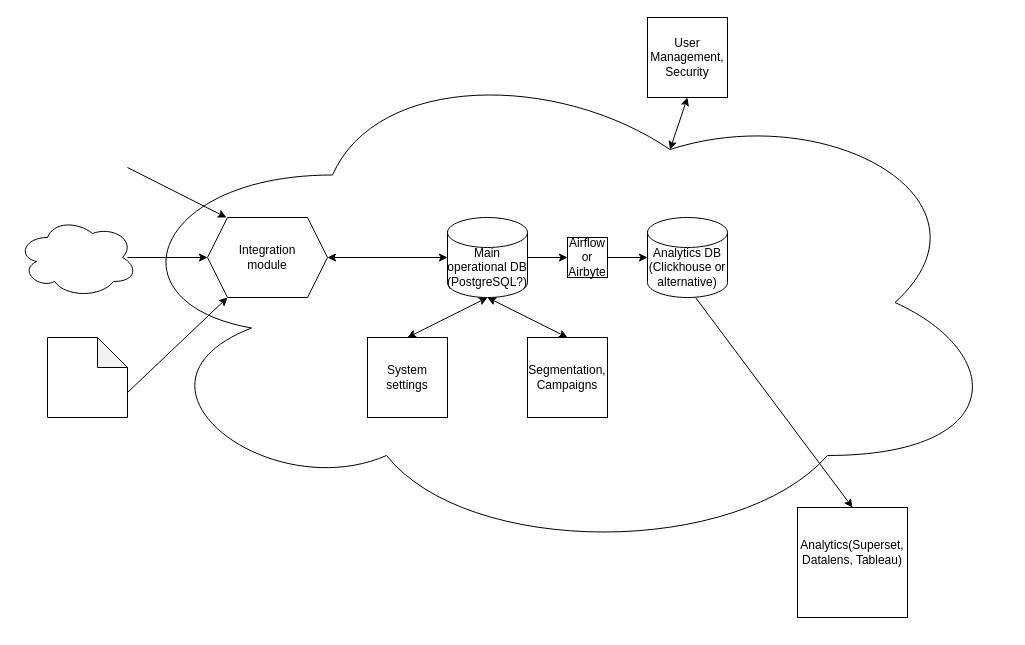
This is Диаграмма без названия.drawio from olbask/cdp_prod_idea, a draw.io file, before an edit. Source tidied: cells renumbered, new cells numbered last; positions are measured from the earlier drawing's top-left corner, leaving out a move shared by most shapes. Both pictures are drawn from the tidied source at 100%, with x=0, y=0 at pixel (17, 17).
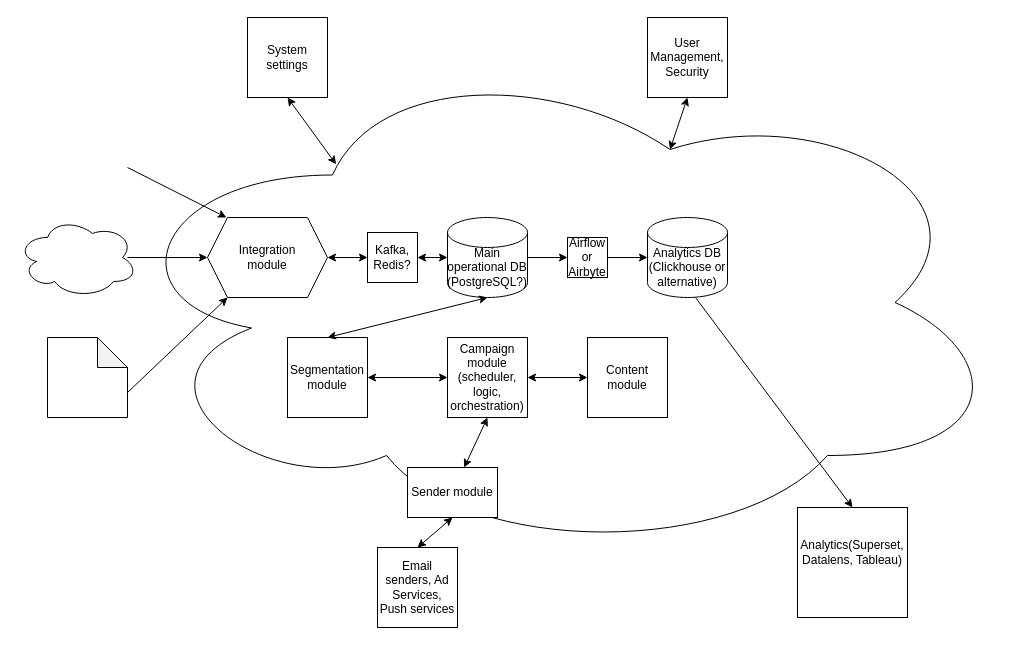
After the change.

The change refers to these unchanged cells:
```xml
<mxCell id="2" style="ellipse;shape=cloud;whiteSpace=wrap;html=1;" parent="1" vertex="1">
  <mxGeometry x="90" y="30" width="900" height="510" as="geometry" />
</mxCell>
<mxCell id="3" style="shape=cylinder3;whiteSpace=wrap;html=1;boundedLbl=1;backgroundOutline=1;size=15;" parent="1" vertex="1">
  <mxGeometry x="430" y="200" width="80" height="80" as="geometry" />
</mxCell>
<mxCell id="5" style="shape=hexagon;perimeter=hexagonPerimeter2;whiteSpace=wrap;html=1;fixedSize=1;" parent="1" vertex="1">
  <mxGeometry x="190" y="200" width="120" height="80" as="geometry" />
</mxCell>
```

What changed in the source:
```diff
@@
-    <mxCell id="7" style="endArrow=classic;startArrow=classic;html=1;rounded=0;exitX=1;exitY=0.5;exitDx=0;exitDy=0;entryX=0;entryY=0.5;entryDx=0;entryDy=0;entryPerimeter=0;" parent="1" edge="1" source="5" target="3">
+    <mxCell id="7" style="endArrow=classic;startArrow=classic;html=1;rounded=0;exitX=1;exitY=0.5;exitDx=0;exitDy=0;entryX=0;entryY=0.5;entryDx=0;entryDy=0;entryPerimeter=0;" parent="1" edge="1" source="38" target="3">
       <mxGeometry relative="1" as="geometry" />
     </mxCell>
@@
-    <mxCell id="10" style="whiteSpace=wrap;html=1;" parent="1" vertex="1">
-      <mxGeometry x="510" y="320" width="80" height="80" as="geometry" />
+    <mxCell id="10" value="Segmentation module" style="whiteSpace=wrap;html=1;" parent="1" vertex="1">
+      <mxGeometry x="270" y="320" width="80" height="80" as="geometry" />
     </mxCell>
@@
-    <mxCell id="19" value="Segmentation, Campaigns" style="text;html=1;strokeColor=none;fillColor=none;align=center;verticalAlign=middle;whiteSpace=wrap;rounded=0;" parent="1" vertex="1">
-      <mxGeometry x="510" y="345" width="80" height="30" as="geometry" />
-    </mxCell>
-    <mxCell id="20" style="endArrow=classic;startArrow=classic;html=1;rounded=0;" parent="1" edge="1">
-      <mxGeometry relative="1" as="geometry">
-        <mxPoint x="390" y="320" as="sourcePoint" />
-        <mxPoint x="470" y="280" as="targetPoint" />
-      </mxGeometry>
-    </mxCell>
     <mxCell id="21" style="whiteSpace=wrap;html=1;" parent="1" vertex="1">
-      <mxGeometry x="350" y="320" width="80" height="80" as="geometry" />
+      <mxGeometry x="230" width="80" height="80" as="geometry" />
     </mxCell>
     <mxCell id="22" value="System settings " style="text;html=1;strokeColor=none;fillColor=none;align=center;verticalAlign=middle;whiteSpace=wrap;rounded=0;" parent="1" vertex="1">
-      <mxGeometry x="350" y="345" width="80" height="30" as="geometry" />
+      <mxGeometry x="230" y="25" width="80" height="30" as="geometry" />
     </mxCell>
@@
+    <mxCell id="30" value="Content module" style="whiteSpace=wrap;html=1;" parent="1" vertex="1">
+      <mxGeometry x="570" y="320" width="80" height="80" as="geometry" />
+    </mxCell>
+    <mxCell id="31" value="Campaign module (scheduler, logic, orchestration)" style="whiteSpace=wrap;html=1;" parent="1" vertex="1">
+      <mxGeometry x="430" y="320" width="80" height="80" as="geometry" />
+    </mxCell>
+    <mxCell id="32" style="endArrow=classic;startArrow=classic;html=1;rounded=0;exitX=0.254;exitY=0.229;exitDx=0;exitDy=0;exitPerimeter=0;" parent="1" edge="1" source="2">
+      <mxGeometry relative="1" as="geometry">
+        <mxPoint x="270" y="80" as="targetPoint" />
+      </mxGeometry>
+    </mxCell>
+    <mxCell id="33" style="endArrow=classic;startArrow=classic;html=1;rounded=0;entryX=1;entryY=0.5;entryDx=0;entryDy=0;" parent="1" edge="1" source="31" target="10">
+      <mxGeometry relative="1" as="geometry" />
+    </mxCell>
+    <mxCell id="34" style="endArrow=classic;startArrow=classic;html=1;rounded=0;entryX=0;entryY=0.5;entryDx=0;entryDy=0;exitX=1;exitY=0.5;exitDx=0;exitDy=0;" parent="1" edge="1" source="31" target="30">
+      <mxGeometry relative="1" as="geometry" />
+    </mxCell>
+    <mxCell id="35" value="Email senders, Ad Services, Push services" style="whiteSpace=wrap;html=1;" parent="1" vertex="1">
+      <mxGeometry x="360" y="530" width="80" height="80" as="geometry" />
+    </mxCell>
+    <mxCell id="36" style="endArrow=classic;startArrow=classic;html=1;rounded=0;entryX=0.5;entryY=1;entryDx=0;entryDy=0;" parent="1" edge="1" source="40" target="31">
+      <mxGeometry relative="1" as="geometry" />
+    </mxCell>
+    <mxCell id="37" style="endArrow=classic;startArrow=classic;html=1;rounded=0;exitX=1;exitY=0.5;exitDx=0;exitDy=0;entryX=0;entryY=0.5;entryDx=0;entryDy=0;entryPerimeter=0;" parent="1" edge="1" source="5" target="38">
+      <mxGeometry relative="1" as="geometry" />
+    </mxCell>
+    <mxCell id="38" value="Kafka, Redis?" style="whiteSpace=wrap;html=1;" parent="1" vertex="1">
+      <mxGeometry x="350" y="215" width="50" height="50" as="geometry" />
+    </mxCell>
+    <mxCell id="39" style="endArrow=classic;startArrow=classic;html=1;rounded=0;entryX=0.5;entryY=1;entryDx=0;entryDy=0;" parent="1" edge="1" target="40">
+      <mxGeometry relative="1" as="geometry">
+        <mxPoint x="400" y="530" as="sourcePoint" />
+      </mxGeometry>
+    </mxCell>
+    <mxCell id="40" value="Sender module" style="rounded=0;whiteSpace=wrap;html=1;" parent="1" vertex="1">
+      <mxGeometry x="390" y="450" width="90" height="50" as="geometry" />
+    </mxCell>
```
